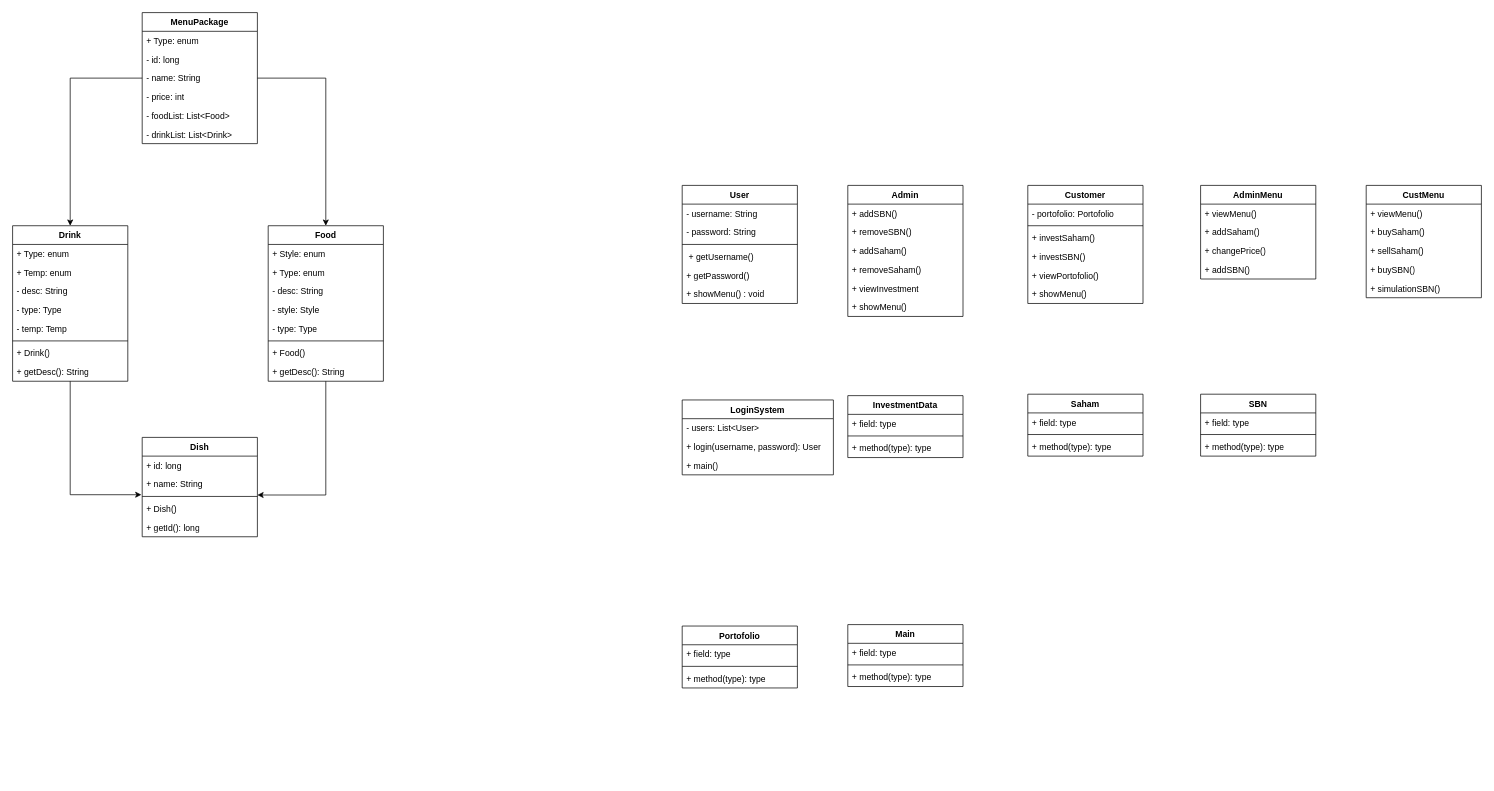
Before: page "ERD" (1 of 2) of PBO_UMLInvestasiSaham.drawio in elikawicaksana/BuildIT_BasisData, a draw.io diagram. Source tidied: cells renumbered, new cells numbered last; positions are measured from the earlier drawing's top-left corner, leaving out a move shared by most shapes. Both pictures are drawn from the tidied source at 72%, with x=0, y=0 at pixel (12, 12).
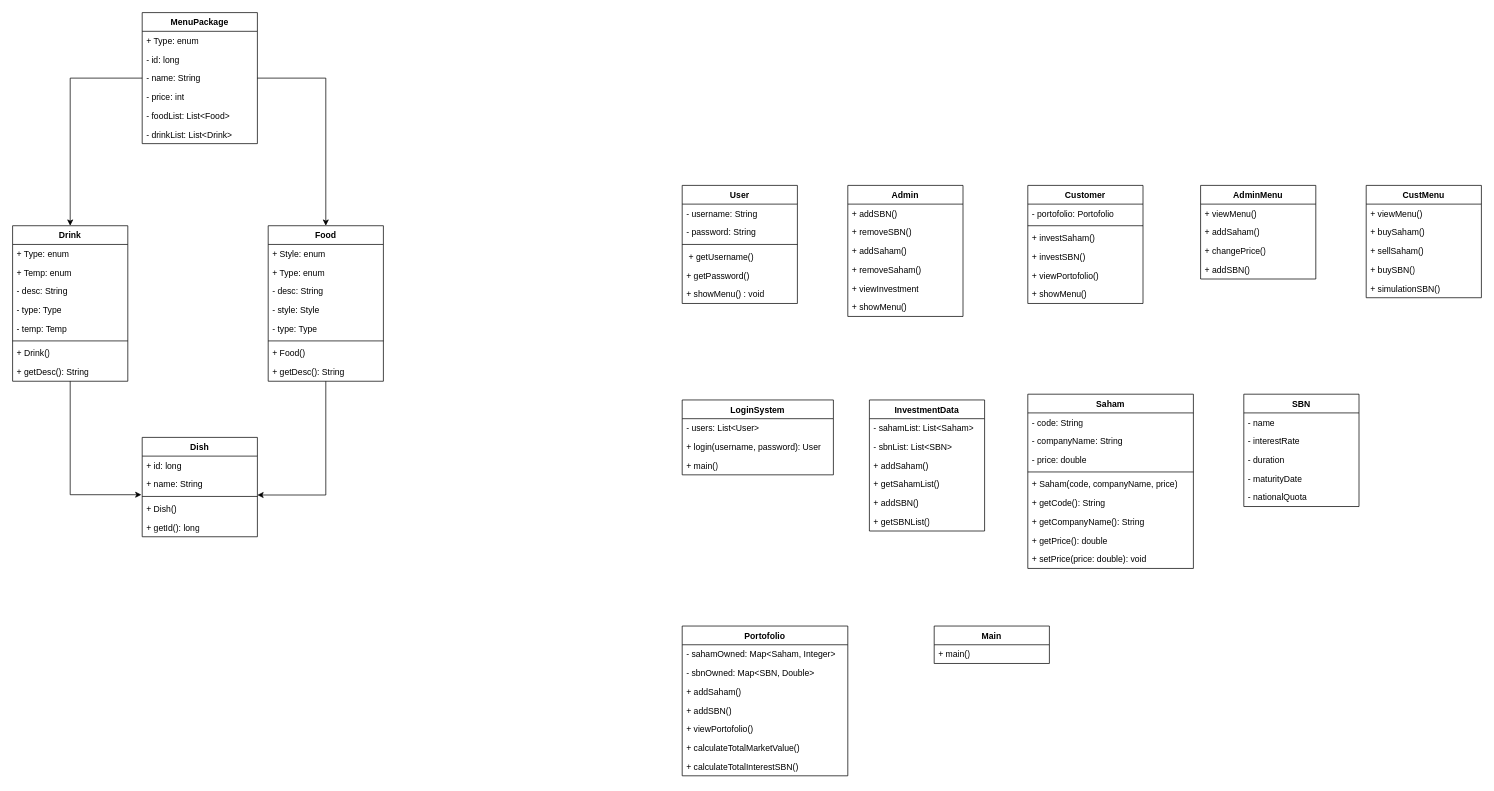
The same page after the edit.

The edit, as a diff of the source:
```diff
@@
     <mxCell id="55" value="InvestmentData" style="swimlane;fontStyle=1;align=center;verticalAlign=top;horizontal=1;startSize=26;whiteSpace=wrap;html=1;" parent="1" vertex="1">
-      <mxGeometry x="1160" y="532" width="160" height="86" as="geometry" />
+      <mxGeometry x="1190" y="538" width="160" height="182" as="geometry" />
     </mxCell>
-    <mxCell id="56" value="+ field: type" style="text;strokeColor=none;fillColor=none;align=left;verticalAlign=top;spacingLeft=4;spacingRight=4;overflow=hidden;whiteSpace=wrap;html=1;" parent="55" vertex="1">
+    <mxCell id="56" value="&lt;div&gt;- sahamList: List&amp;lt;Saham&amp;gt;&lt;/div&gt;" style="text;strokeColor=none;fillColor=none;align=left;verticalAlign=top;spacingLeft=4;spacingRight=4;overflow=hidden;whiteSpace=wrap;html=1;" parent="55" vertex="1">
       <mxGeometry y="26" width="160" height="26" as="geometry" />
     </mxCell>
-    <mxCell id="57" style="line;strokeWidth=1;fillColor=none;align=left;verticalAlign=middle;spacingTop=-1;spacingLeft=3;spacingRight=3;labelPosition=right;strokeColor=inherit;" parent="55" vertex="1">
-      <mxGeometry y="52" width="160" height="8" as="geometry" />
-    </mxCell>
-    <mxCell id="58" value="+ method(type): type" style="text;strokeColor=none;fillColor=none;align=left;verticalAlign=top;spacingLeft=4;spacingRight=4;overflow=hidden;whiteSpace=wrap;html=1;" parent="55" vertex="1">
-      <mxGeometry y="60" width="160" height="26" as="geometry" />
-    </mxCell>
+    <mxCell id="93" value="&lt;div&gt;- sbnList: List&amp;lt;SBN&amp;gt;&lt;/div&gt;" style="text;strokeColor=none;fillColor=none;align=left;verticalAlign=top;spacingLeft=4;spacingRight=4;overflow=hidden;whiteSpace=wrap;html=1;" parent="55" vertex="1">
+      <mxGeometry y="52" width="160" height="26" as="geometry" />
+    </mxCell>
+    <mxCell id="94" value="+ addSaham()" style="text;strokeColor=none;fillColor=none;align=left;verticalAlign=top;spacingLeft=4;spacingRight=4;overflow=hidden;whiteSpace=wrap;html=1;" parent="55" vertex="1">
+      <mxGeometry y="78" width="160" height="26" as="geometry" />
+    </mxCell>
+    <mxCell id="95" value="&lt;div&gt;+ getSahamList()&lt;/div&gt;" style="text;strokeColor=none;fillColor=none;align=left;verticalAlign=top;spacingLeft=4;spacingRight=4;overflow=hidden;whiteSpace=wrap;html=1;" parent="55" vertex="1">
+      <mxGeometry y="104" width="160" height="26" as="geometry" />
+    </mxCell>
+    <mxCell id="96" value="&lt;div&gt;+ addSBN()&lt;/div&gt;" style="text;strokeColor=none;fillColor=none;align=left;verticalAlign=top;spacingLeft=4;spacingRight=4;overflow=hidden;whiteSpace=wrap;html=1;" parent="55" vertex="1">
+      <mxGeometry y="130" width="160" height="26" as="geometry" />
+    </mxCell>
+    <mxCell id="97" value="+ getSBNList()" style="text;strokeColor=none;fillColor=none;align=left;verticalAlign=top;spacingLeft=4;spacingRight=4;overflow=hidden;whiteSpace=wrap;html=1;" parent="55" vertex="1">
+      <mxGeometry y="156" width="160" height="26" as="geometry" />
+    </mxCell>
     <mxCell id="59" value="Portofolio" style="swimlane;fontStyle=1;align=center;verticalAlign=top;horizontal=1;startSize=26;whiteSpace=wrap;html=1;" parent="1" vertex="1">
-      <mxGeometry x="930" y="852" width="160" height="86" as="geometry" />
+      <mxGeometry x="930" y="852" width="230" height="208" as="geometry" />
     </mxCell>
-    <mxCell id="60" value="+ field: type" style="text;strokeColor=none;fillColor=none;align=left;verticalAlign=top;spacingLeft=4;spacingRight=4;overflow=hidden;whiteSpace=wrap;html=1;" parent="59" vertex="1">
-      <mxGeometry y="26" width="160" height="26" as="geometry" />
+    <mxCell id="60" value="&lt;div&gt;- sahamOwned: Map&amp;lt;Saham, Integer&amp;gt;&lt;/div&gt;" style="text;strokeColor=none;fillColor=none;align=left;verticalAlign=top;spacingLeft=4;spacingRight=4;overflow=hidden;whiteSpace=wrap;html=1;" parent="59" vertex="1">
+      <mxGeometry y="26" width="230" height="26" as="geometry" />
     </mxCell>
-    <mxCell id="61" style="line;strokeWidth=1;fillColor=none;align=left;verticalAlign=middle;spacingTop=-1;spacingLeft=3;spacingRight=3;labelPosition=right;strokeColor=inherit;" parent="59" vertex="1">
-      <mxGeometry y="52" width="160" height="8" as="geometry" />
-    </mxCell>
-    <mxCell id="62" value="+ method(type): type" style="text;strokeColor=none;fillColor=none;align=left;verticalAlign=top;spacingLeft=4;spacingRight=4;overflow=hidden;whiteSpace=wrap;html=1;" parent="59" vertex="1">
-      <mxGeometry y="60" width="160" height="26" as="geometry" />
-    </mxCell>
+    <mxCell id="98" value="&lt;div&gt;&lt;span style=&quot;background-color: transparent; color: light-dark(rgb(0, 0, 0), rgb(255, 255, 255));&quot;&gt;- sbnOwned: Map&amp;lt;SBN, Double&amp;gt;&lt;/span&gt;&lt;/div&gt;" style="text;strokeColor=none;fillColor=none;align=left;verticalAlign=top;spacingLeft=4;spacingRight=4;overflow=hidden;whiteSpace=wrap;html=1;" parent="59" vertex="1">
+      <mxGeometry y="52" width="230" height="26" as="geometry" />
+    </mxCell>
+    <mxCell id="99" value="&lt;span style=&quot;background-color: transparent; color: light-dark(rgb(0, 0, 0), rgb(255, 255, 255));&quot;&gt;+ addSaham()&lt;br&gt;&lt;/span&gt;" style="text;strokeColor=none;fillColor=none;align=left;verticalAlign=top;spacingLeft=4;spacingRight=4;overflow=hidden;whiteSpace=wrap;html=1;" parent="59" vertex="1">
+      <mxGeometry y="78" width="230" height="26" as="geometry" />
+    </mxCell>
+    <mxCell id="100" value="&lt;span style=&quot;background-color: transparent;&quot;&gt;+ addSBN()&lt;br&gt;&lt;/span&gt;" style="text;strokeColor=none;fillColor=none;align=left;verticalAlign=top;spacingLeft=4;spacingRight=4;overflow=hidden;whiteSpace=wrap;html=1;" parent="59" vertex="1">
+      <mxGeometry y="104" width="230" height="26" as="geometry" />
+    </mxCell>
+    <mxCell id="101" value="&lt;span style=&quot;background-color: transparent;&quot;&gt;&lt;div&gt;+ viewPortofolio()&lt;/div&gt;&lt;/span&gt;" style="text;strokeColor=none;fillColor=none;align=left;verticalAlign=top;spacingLeft=4;spacingRight=4;overflow=hidden;whiteSpace=wrap;html=1;" parent="59" vertex="1">
+      <mxGeometry y="130" width="230" height="26" as="geometry" />
+    </mxCell>
+    <mxCell id="102" value="&lt;span style=&quot;background-color: transparent;&quot;&gt;&lt;div&gt;&lt;span style=&quot;background-color: transparent; color: light-dark(rgb(0, 0, 0), rgb(255, 255, 255));&quot;&gt;+ calculateTotalMarketValue()&lt;/span&gt;&lt;/div&gt;&lt;/span&gt;" style="text;strokeColor=none;fillColor=none;align=left;verticalAlign=top;spacingLeft=4;spacingRight=4;overflow=hidden;whiteSpace=wrap;html=1;" parent="59" vertex="1">
+      <mxGeometry y="156" width="230" height="26" as="geometry" />
+    </mxCell>
+    <mxCell id="103" value="+ calculateTotalInterestSBN()&lt;span style=&quot;background-color: transparent;&quot;&gt;&lt;/span&gt;" style="text;strokeColor=none;fillColor=none;align=left;verticalAlign=top;spacingLeft=4;spacingRight=4;overflow=hidden;whiteSpace=wrap;html=1;" parent="59" vertex="1">
+      <mxGeometry y="182" width="230" height="26" as="geometry" />
+    </mxCell>
     <mxCell id="63" value="Main" style="swimlane;fontStyle=1;align=center;verticalAlign=top;horizontal=1;startSize=26;whiteSpace=wrap;html=1;" parent="1" vertex="1">
-      <mxGeometry x="1160" y="850" width="160" height="86" as="geometry" />
+      <mxGeometry x="1280" y="852" width="160" height="52" as="geometry" />
     </mxCell>
-    <mxCell id="64" value="+ field: type" style="text;strokeColor=none;fillColor=none;align=left;verticalAlign=top;spacingLeft=4;spacingRight=4;overflow=hidden;whiteSpace=wrap;html=1;" parent="63" vertex="1">
+    <mxCell id="64" value="+ main()" style="text;strokeColor=none;fillColor=none;align=left;verticalAlign=top;spacingLeft=4;spacingRight=4;overflow=hidden;whiteSpace=wrap;html=1;" parent="63" vertex="1">
       <mxGeometry y="26" width="160" height="26" as="geometry" />
     </mxCell>
-    <mxCell id="65" style="line;strokeWidth=1;fillColor=none;align=left;verticalAlign=middle;spacingTop=-1;spacingLeft=3;spacingRight=3;labelPosition=right;strokeColor=inherit;" parent="63" vertex="1">
-      <mxGeometry y="52" width="160" height="8" as="geometry" />
-    </mxCell>
-    <mxCell id="66" value="+ method(type): type" style="text;strokeColor=none;fillColor=none;align=left;verticalAlign=top;spacingLeft=4;spacingRight=4;overflow=hidden;whiteSpace=wrap;html=1;" parent="63" vertex="1">
-      <mxGeometry y="60" width="160" height="26" as="geometry" />
-    </mxCell>
@@
     <mxCell id="74" value="Saham" style="swimlane;fontStyle=1;align=center;verticalAlign=top;horizontal=1;startSize=26;whiteSpace=wrap;html=1;" parent="1" vertex="1">
-      <mxGeometry x="1410" y="530" width="160" height="86" as="geometry" />
+      <mxGeometry x="1410" y="530" width="230" height="242" as="geometry" />
     </mxCell>
-    <mxCell id="75" value="+ field: type" style="text;strokeColor=none;fillColor=none;align=left;verticalAlign=top;spacingLeft=4;spacingRight=4;overflow=hidden;whiteSpace=wrap;html=1;" parent="74" vertex="1">
-      <mxGeometry y="26" width="160" height="26" as="geometry" />
+    <mxCell id="75" value="- code: String" style="text;strokeColor=none;fillColor=none;align=left;verticalAlign=top;spacingLeft=4;spacingRight=4;overflow=hidden;whiteSpace=wrap;html=1;" parent="74" vertex="1">
+      <mxGeometry y="26" width="230" height="26" as="geometry" />
     </mxCell>
+    <mxCell id="104" value="- companyName: String&amp;nbsp;" style="text;strokeColor=none;fillColor=none;align=left;verticalAlign=top;spacingLeft=4;spacingRight=4;overflow=hidden;whiteSpace=wrap;html=1;" parent="74" vertex="1">
+      <mxGeometry y="52" width="230" height="26" as="geometry" />
+    </mxCell>
+    <mxCell id="105" value="- price: double" style="text;strokeColor=none;fillColor=none;align=left;verticalAlign=top;spacingLeft=4;spacingRight=4;overflow=hidden;whiteSpace=wrap;html=1;" parent="74" vertex="1">
+      <mxGeometry y="78" width="230" height="26" as="geometry" />
+    </mxCell>
     <mxCell id="76" style="line;strokeWidth=1;fillColor=none;align=left;verticalAlign=middle;spacingTop=-1;spacingLeft=3;spacingRight=3;labelPosition=right;strokeColor=inherit;" parent="74" vertex="1">
-      <mxGeometry y="52" width="160" height="8" as="geometry" />
+      <mxGeometry y="104" width="230" height="8" as="geometry" />
     </mxCell>
-    <mxCell id="77" value="+ method(type): type" style="text;strokeColor=none;fillColor=none;align=left;verticalAlign=top;spacingLeft=4;spacingRight=4;overflow=hidden;whiteSpace=wrap;html=1;" parent="74" vertex="1">
-      <mxGeometry y="60" width="160" height="26" as="geometry" />
+    <mxCell id="77" value="+ Saham(code, companyName, price)" style="text;strokeColor=none;fillColor=none;align=left;verticalAlign=top;spacingLeft=4;spacingRight=4;overflow=hidden;whiteSpace=wrap;html=1;" parent="74" vertex="1">
+      <mxGeometry y="112" width="230" height="26" as="geometry" />
     </mxCell>
+    <mxCell id="106" value="+ getCode(): String" style="text;strokeColor=none;fillColor=none;align=left;verticalAlign=top;spacingLeft=4;spacingRight=4;overflow=hidden;whiteSpace=wrap;html=1;" parent="74" vertex="1">
+      <mxGeometry y="138" width="230" height="26" as="geometry" />
+    </mxCell>
+    <mxCell id="107" value="+ getCompanyName(): String" style="text;strokeColor=none;fillColor=none;align=left;verticalAlign=top;spacingLeft=4;spacingRight=4;overflow=hidden;whiteSpace=wrap;html=1;" parent="74" vertex="1">
+      <mxGeometry y="164" width="230" height="26" as="geometry" />
+    </mxCell>
+    <mxCell id="108" value="+ getPrice(): double" style="text;strokeColor=none;fillColor=none;align=left;verticalAlign=top;spacingLeft=4;spacingRight=4;overflow=hidden;whiteSpace=wrap;html=1;" parent="74" vertex="1">
+      <mxGeometry y="190" width="230" height="26" as="geometry" />
+    </mxCell>
+    <mxCell id="109" value="+ setPrice(price: double): void" style="text;strokeColor=none;fillColor=none;align=left;verticalAlign=top;spacingLeft=4;spacingRight=4;overflow=hidden;whiteSpace=wrap;html=1;" parent="74" vertex="1">
+      <mxGeometry y="216" width="230" height="26" as="geometry" />
+    </mxCell>
@@
     <mxCell id="83" value="SBN" style="swimlane;fontStyle=1;align=center;verticalAlign=top;horizontal=1;startSize=26;whiteSpace=wrap;html=1;" parent="1" vertex="1">
-      <mxGeometry x="1650" y="530" width="160" height="86" as="geometry" />
+      <mxGeometry x="1710" y="530" width="160" height="156" as="geometry" />
     </mxCell>
-    <mxCell id="84" value="+ field: type" style="text;strokeColor=none;fillColor=none;align=left;verticalAlign=top;spacingLeft=4;spacingRight=4;overflow=hidden;whiteSpace=wrap;html=1;" parent="83" vertex="1">
+    <mxCell id="84" value="- name" style="text;strokeColor=none;fillColor=none;align=left;verticalAlign=top;spacingLeft=4;spacingRight=4;overflow=hidden;whiteSpace=wrap;html=1;" parent="83" vertex="1">
       <mxGeometry y="26" width="160" height="26" as="geometry" />
     </mxCell>
-    <mxCell id="85" style="line;strokeWidth=1;fillColor=none;align=left;verticalAlign=middle;spacingTop=-1;spacingLeft=3;spacingRight=3;labelPosition=right;strokeColor=inherit;" parent="83" vertex="1">
-      <mxGeometry y="52" width="160" height="8" as="geometry" />
-    </mxCell>
-    <mxCell id="86" value="+ method(type): type" style="text;strokeColor=none;fillColor=none;align=left;verticalAlign=top;spacingLeft=4;spacingRight=4;overflow=hidden;whiteSpace=wrap;html=1;" parent="83" vertex="1">
-      <mxGeometry y="60" width="160" height="26" as="geometry" />
-    </mxCell>
+    <mxCell id="110" value="-&amp;nbsp;interestRate" style="text;strokeColor=none;fillColor=none;align=left;verticalAlign=top;spacingLeft=4;spacingRight=4;overflow=hidden;whiteSpace=wrap;html=1;" parent="83" vertex="1">
+      <mxGeometry y="52" width="160" height="26" as="geometry" />
+    </mxCell>
+    <mxCell id="111" value="-&amp;nbsp;duration" style="text;strokeColor=none;fillColor=none;align=left;verticalAlign=top;spacingLeft=4;spacingRight=4;overflow=hidden;whiteSpace=wrap;html=1;" parent="83" vertex="1">
+      <mxGeometry y="78" width="160" height="26" as="geometry" />
+    </mxCell>
+    <mxCell id="112" value="-&amp;nbsp;maturityDate" style="text;strokeColor=none;fillColor=none;align=left;verticalAlign=top;spacingLeft=4;spacingRight=4;overflow=hidden;whiteSpace=wrap;html=1;" parent="83" vertex="1">
+      <mxGeometry y="104" width="160" height="26" as="geometry" />
+    </mxCell>
+    <mxCell id="113" value="-&amp;nbsp;nationalQuota" style="text;strokeColor=none;fillColor=none;align=left;verticalAlign=top;spacingLeft=4;spacingRight=4;overflow=hidden;whiteSpace=wrap;html=1;" parent="83" vertex="1">
+      <mxGeometry y="130" width="160" height="26" as="geometry" />
+    </mxCell>
```
